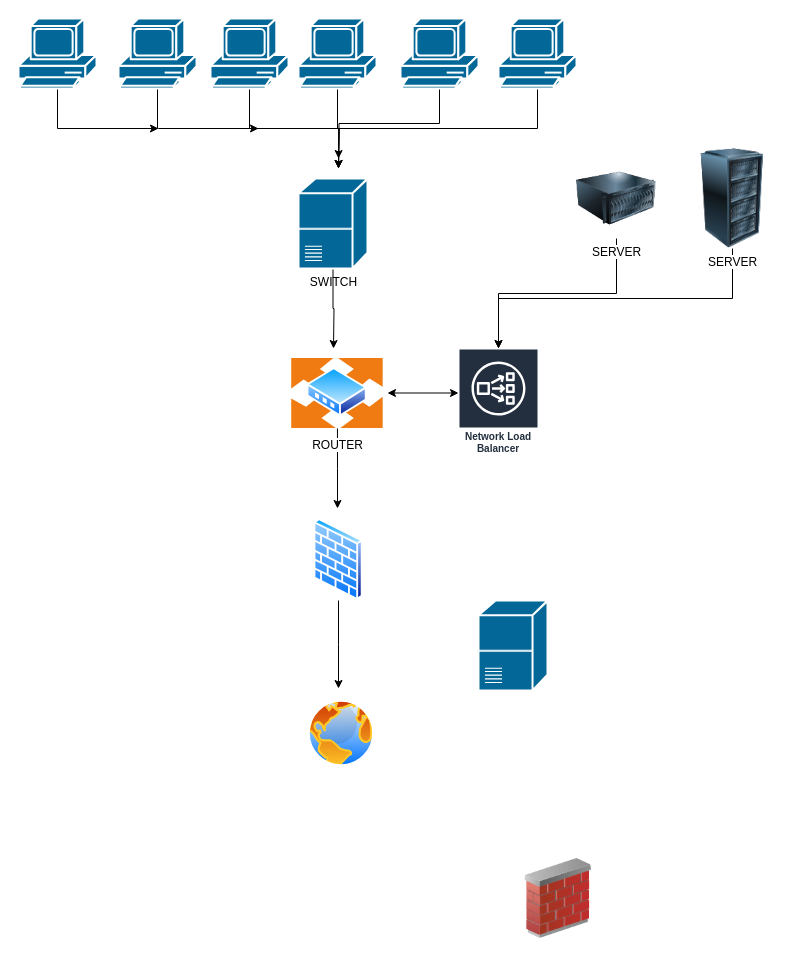
Earlier version of the draw.io diagram Untitled Diagram.drawio (nnarboleda/Network-Diagrams). Source tidied: cells renumbered, new cells numbered last; positions are measured from the earlier drawing's top-left corner, leaving out a move shared by most shapes. Both pictures are drawn from the tidied source at 100%, with x=0, y=0 at pixel (18, 18).
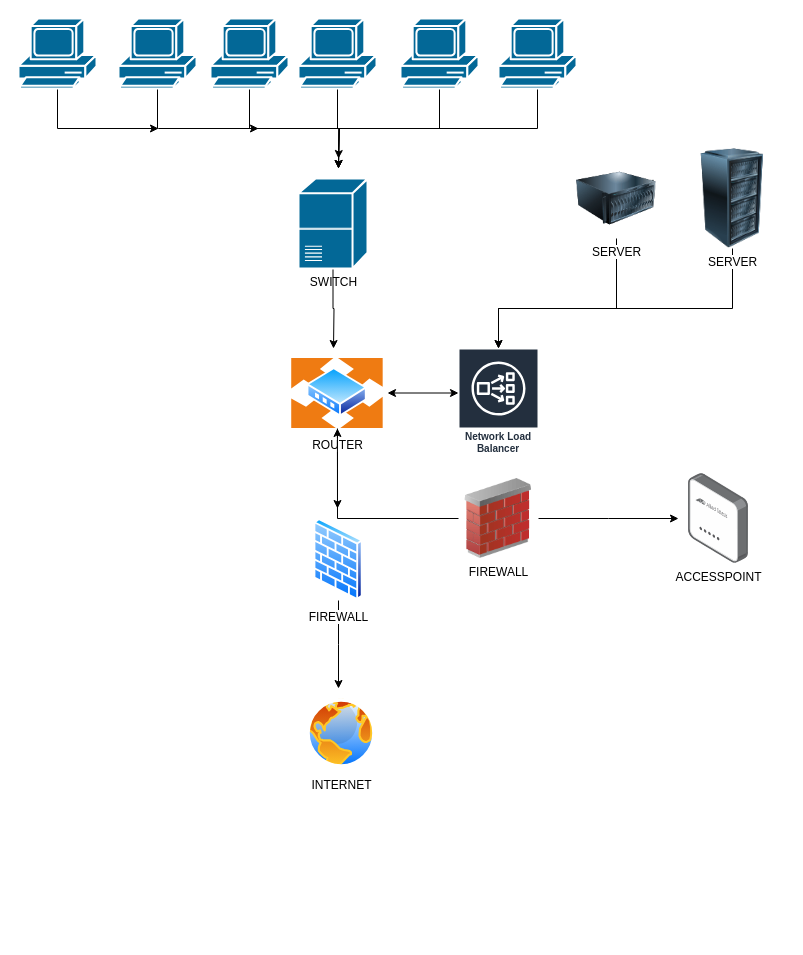
Above is the later version.

The change refers to these unchanged cells:
```xml
<mxCell id="13" style="shape=mxgraph.cisco.computers_and_peripherals.pc;html=1;dashed=0;fillColor=#036897;strokeColor=#ffffff;strokeWidth=2;verticalLabelPosition=bottom;verticalAlign=top;align=center;outlineConnect=0;" parent="1" vertex="1">
  <mxGeometry x="382" width="78" height="70" as="geometry" />
</mxCell>
<mxCell id="17" value="ROUTER" style="image;perimeter=ellipsePerimeter;html=1;align=center;shadow=0;dashed=0;spacingTop=3;image=img/lib/active_directory/router.svg;" parent="1" vertex="1">
  <mxGeometry x="272.9" y="340" width="92.1" height="70" as="geometry" />
</mxCell>
<mxCell id="18" value="Network Load Balancer" style="sketch=0;outlineConnect=0;fontColor=#232F3E;gradientColor=none;strokeColor=#ffffff;fillColor=#232F3E;dashed=0;verticalLabelPosition=middle;verticalAlign=bottom;align=center;html=1;whiteSpace=wrap;fontSize=10;fontStyle=1;spacing=3;shape=mxgraph.aws4.productIcon;prIcon=mxgraph.aws4.network_load_balancer;" parent="1" vertex="1">
  <mxGeometry x="440" y="330" width="80" height="110" as="geometry" />
</mxCell>
<mxCell id="24" value="SERVER" style="image;html=1;image=img/lib/clip_art/computers/Server_128x128.png;" parent="1" vertex="1">
  <mxGeometry x="558" y="140" width="80" height="80" as="geometry" />
</mxCell>
<mxCell id="26" value="SERVER" style="image;html=1;image=img/lib/clip_art/computers/Server_Rack_128x128.png;" parent="1" vertex="1">
  <mxGeometry x="660" y="130" width="108" height="100" as="geometry" />
</mxCell>
```

Diff of the diagram source:
```diff
@@
     <mxCell id="12" style="edgeStyle=orthogonalEdgeStyle;rounded=0;jettySize=auto;html=1;exitX=0.5;exitY=1;exitDx=0;exitDy=0;exitPerimeter=0;" parent="1" edge="1" source="13">
       <mxGeometry relative="1" as="geometry">
         <mxPoint x="320" y="140" as="targetPoint" />
+        <Array as="points">
+          <mxPoint x="421" y="110" />
+          <mxPoint x="321" y="110" />
+        </Array>
       </mxGeometry>
     </mxCell>
@@
+    <mxCell id="29" style="edgeStyle=orthogonalEdgeStyle;rounded=0;jettySize=auto;html=1;exitX=1;exitY=0.5;exitDx=0;exitDy=0;" parent="1" edge="1" source="19">
+      <mxGeometry relative="1" as="geometry">
+        <mxPoint x="660" y="500" as="targetPoint" />
+      </mxGeometry>
+    </mxCell>
+    <mxCell id="30" style="edgeStyle=orthogonalEdgeStyle;rounded=0;jettySize=auto;html=1;exitX=0;exitY=0.5;exitDx=0;exitDy=0;" parent="1" edge="1" source="19" target="17">
+      <mxGeometry relative="1" as="geometry" />
+    </mxCell>
-    <mxCell id="19" style="image;html=1;image=img/lib/clip_art/networking/Firewall_02_128x128.png;" parent="1" vertex="1">
-      <mxGeometry x="500" y="840" width="80" height="80" as="geometry" />
+    <mxCell id="19" value="FIREWALL" style="image;html=1;image=img/lib/clip_art/networking/Firewall_02_128x128.png;" parent="1" vertex="1">
+      <mxGeometry x="440" y="460" width="80" height="80" as="geometry" />
     </mxCell>
@@
-    <mxCell id="21" style="image;perimeter=ellipsePerimeter;html=1;align=center;shadow=0;dashed=0;spacingTop=3;image=img/lib/active_directory/firewall.svg;" parent="1" vertex="1">
+    <mxCell id="21" value="FIREWALL&lt;br&gt;" style="image;perimeter=ellipsePerimeter;html=1;align=center;shadow=0;dashed=0;spacingTop=3;image=img/lib/active_directory/firewall.svg;" parent="1" vertex="1">
       <mxGeometry x="295" y="500" width="50" height="82" as="geometry" />
     </mxCell>
-    <mxCell id="22" style="image;perimeter=ellipsePerimeter;html=1;align=center;shadow=0;dashed=0;spacingTop=3;image=img/lib/active_directory/internet_globe.svg;" parent="1" vertex="1">
+    <mxCell id="22" value="INTERNET" style="image;perimeter=ellipsePerimeter;html=1;align=center;shadow=0;dashed=0;spacingTop=3;image=img/lib/active_directory/internet_globe.svg;" parent="1" vertex="1">
       <mxGeometry x="288" y="680" width="70" height="70" as="geometry" />
     </mxCell>
     <mxCell id="23" style="edgeStyle=orthogonalEdgeStyle;rounded=0;jettySize=auto;html=1;exitX=0.5;exitY=1;exitDx=0;exitDy=0;" parent="1" edge="1" source="24" target="18">
-      <mxGeometry relative="1" as="geometry" />
+      <mxGeometry relative="1" as="geometry">
+        <Array as="points">
+          <mxPoint x="598" y="290" />
+          <mxPoint x="480" y="290" />
+        </Array>
+      </mxGeometry>
     </mxCell>
@@
     <mxCell id="25" style="edgeStyle=orthogonalEdgeStyle;rounded=0;jettySize=auto;html=1;exitX=0.5;exitY=1;exitDx=0;exitDy=0;" parent="1" edge="1" source="26" target="18">
-      <mxGeometry relative="1" as="geometry" />
+      <mxGeometry relative="1" as="geometry">
+        <Array as="points">
+          <mxPoint x="714" y="290" />
+          <mxPoint x="480" y="290" />
+        </Array>
+      </mxGeometry>
     </mxCell>
@@
-    <mxCell id="27" style="shape=mxgraph.cisco.switches.class_4_5_switch;html=1;dashed=0;fillColor=#036897;strokeColor=#ffffff;strokeWidth=2;verticalLabelPosition=bottom;verticalAlign=top;align=center;" parent="1" vertex="1">
-      <mxGeometry x="460" y="582" width="69" height="90" as="geometry" />
-    </mxCell>
@@
+    <mxCell id="31" value="ACCESSPOINT&lt;br&gt;" style="image;html=1;align=center;shadow=0;dashed=0;image=img/lib/allied_telesis/wireless/Access_Point_Indoor.svg;" parent="1" vertex="1">
+      <mxGeometry x="670" y="455.2" width="60" height="89.5" as="geometry" />
+    </mxCell>
```
